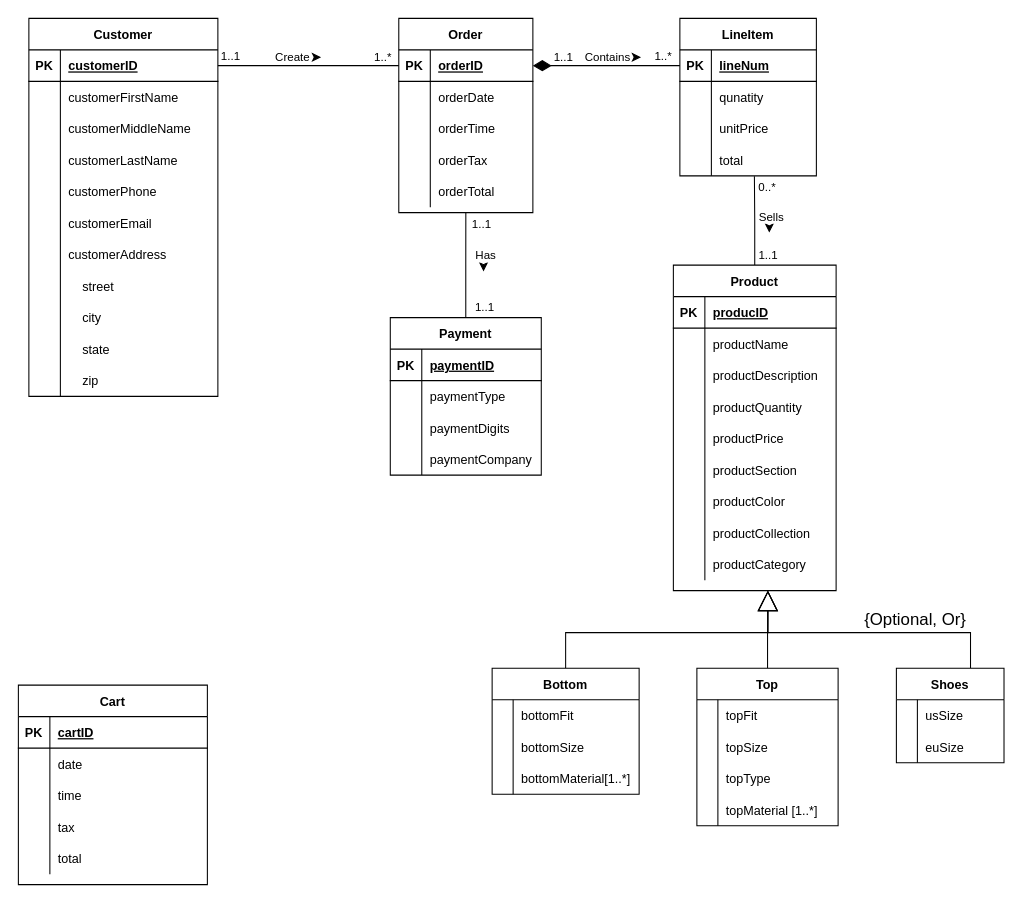
avivfaraj/INFO605-Project keeps this draw.io diagram as ERD/test.drawio. Above is the earlier version. Source tidied: cells renumbered, new cells numbered last; positions are measured from the earlier drawing's top-left corner, leaving out a move shared by most shapes. Both pictures are drawn from the tidied source at 105%, with x=0, y=0 at pixel (18, 18).
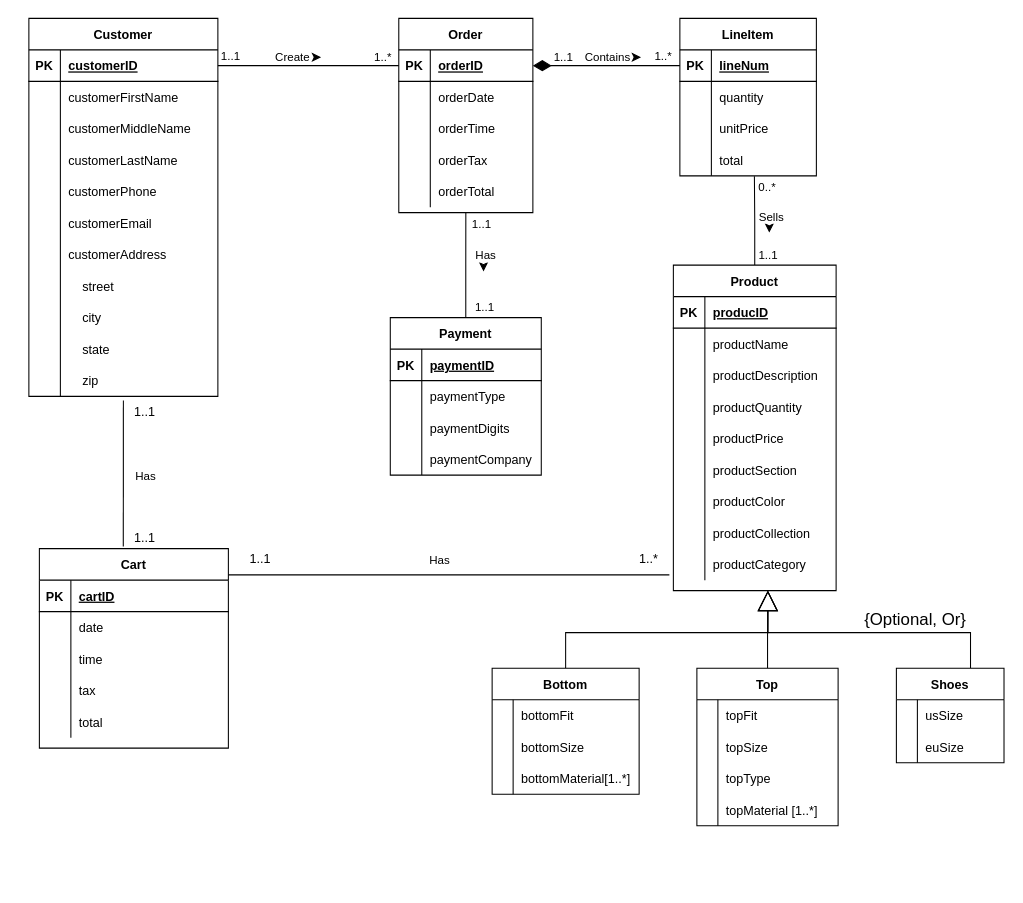
Above is the later version.

The change refers to these unchanged cells:
```xml
<mxCell id="97" style="shape=tableRow;horizontal=0;startSize=0;swimlaneHead=0;swimlaneBody=0;fillColor=none;points=[[0,0.5],[1,0.5]];portConstraint=eastwest;top=0;left=0;right=0;bottom=0;" parent="66" vertex="1">
  <mxGeometry y="330" width="180" height="30" as="geometry" />
</mxCell>
<mxCell id="151" style="shape=tableRow;horizontal=0;startSize=0;swimlaneHead=0;swimlaneBody=0;fillColor=none;top=0;left=0;right=0;bottom=0;" parent="147" vertex="1">
  <mxGeometry y="60" width="130" height="30" as="geometry" />
</mxCell>
<mxCell id="174" style="endArrow=classic;html=1;rounded=0;" parent="1" edge="1">
  <mxGeometry relative="1" as="geometry">
    <mxPoint x="443" y="235" as="sourcePoint" />
    <mxPoint x="443" y="241" as="targetPoint" />
  </mxGeometry>
</mxCell>
```

Change to the diagram source:
```diff
@@
     <mxCell id="131" value="Cart" style="shape=table;startSize=30;childLayout=tableLayout;rowLines=0;fontStyle=1;align=center;" parent="1" vertex="1">
-      <mxGeometry y="635" width="180" height="190" as="geometry" />
+      <mxGeometry x="20" y="505" width="180" height="190" as="geometry" />
     </mxCell>
@@
-    <mxCell id="153" value="qunatity" style="shape=partialRectangle;fillColor=none;top=0;left=0;bottom=0;right=0;align=left;spacingLeft=6;overflow=hidden;" parent="151" vertex="1">
+    <mxCell id="153" value="quantity" style="shape=partialRectangle;fillColor=none;top=0;left=0;bottom=0;right=0;align=left;spacingLeft=6;overflow=hidden;" parent="151" vertex="1">
       <mxGeometry x="30" width="100" height="30" as="geometry" />
     </mxCell>
@@
+    <mxCell id="176" value="Has" style="edgeLabel;html=1;align=center;verticalAlign=middle;" parent="174" vertex="1">
+      <mxGeometry x="-0.56" y="1" relative="1" as="geometry">
+        <mxPoint x="-324" y="199" as="offset" />
+      </mxGeometry>
+    </mxCell>
+    <mxCell id="177" value="Has" style="edgeLabel;html=1;align=center;verticalAlign=middle;" parent="174" vertex="1">
+      <mxGeometry x="-0.56" y="1" relative="1" as="geometry">
+        <mxPoint x="-44" y="279" as="offset" />
+      </mxGeometry>
+    </mxCell>
+    <mxCell id="178" style="endArrow=none;html=1;rounded=0;exitX=0.5;exitY=1.133;exitDx=0;exitDy=0;exitPerimeter=0;entryX=0.444;entryY=-0.011;entryDx=0;entryDy=0;entryPerimeter=0;" parent="1" edge="1" source="97" target="131">
+      <mxGeometry relative="1" as="geometry" />
+    </mxCell>
+    <mxCell id="179" value="1..1" style="text;html=1;align=center;verticalAlign=middle;strokeColor=none;fillColor=none;" parent="1" vertex="1">
+      <mxGeometry x="100" y="365" width="40" height="20" as="geometry" />
+    </mxCell>
+    <mxCell id="180" value="1..1" style="text;html=1;align=center;verticalAlign=middle;strokeColor=none;fillColor=none;" parent="1" vertex="1">
+      <mxGeometry x="100" y="485" width="40" height="20" as="geometry" />
+    </mxCell>
+    <mxCell id="181" style="line;strokeWidth=1;dashed=0;labelPosition=right;align=left;verticalAlign=middle;spacingTop=0;spacingLeft=6;" parent="1" vertex="1">
+      <mxGeometry x="200" y="525" width="420" height="10" as="geometry" />
+    </mxCell>
+    <mxCell id="182" value="1..1" style="text;html=1;align=center;verticalAlign=middle;strokeColor=none;fillColor=none;" parent="1" vertex="1">
+      <mxGeometry x="210" y="505" width="40" height="20" as="geometry" />
+    </mxCell>
+    <mxCell id="183" value="1..*" style="text;html=1;align=center;verticalAlign=middle;strokeColor=none;fillColor=none;" parent="1" vertex="1">
+      <mxGeometry x="585" y="505" width="30" height="20" as="geometry" />
+    </mxCell>
```
